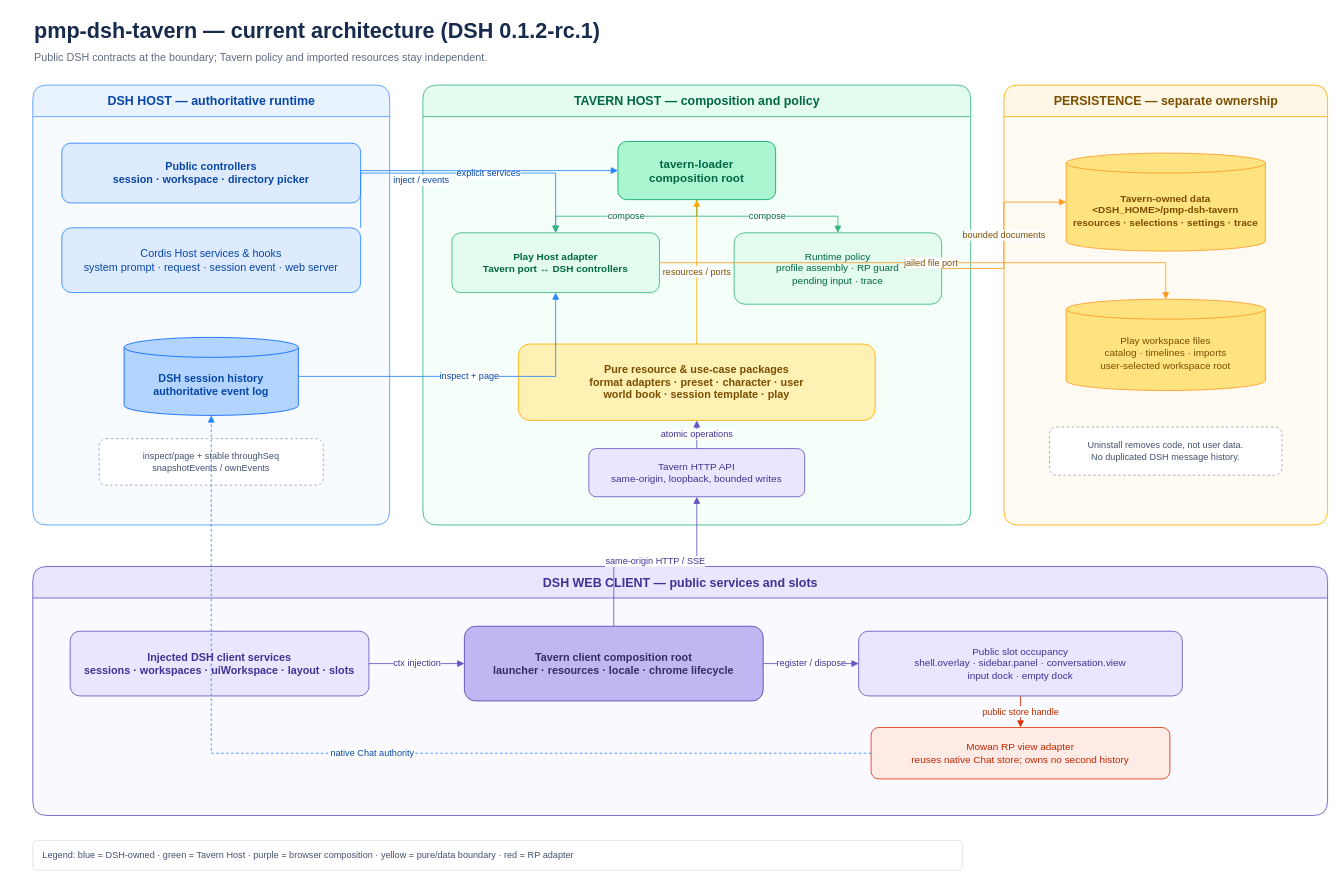
Above: docs/assets/dsh-tavern-architecture.drawio in Player-MINEPIG/dsh-tavern (draw.io), before the change. Source tidied: cells renumbered, new cells numbered last; positions are measured from the earlier drawing's top-left corner, leaving out a move shared by most shapes. Both pictures are drawn from the tidied source at 83%, with x=0, y=0 at pixel (32, 14).
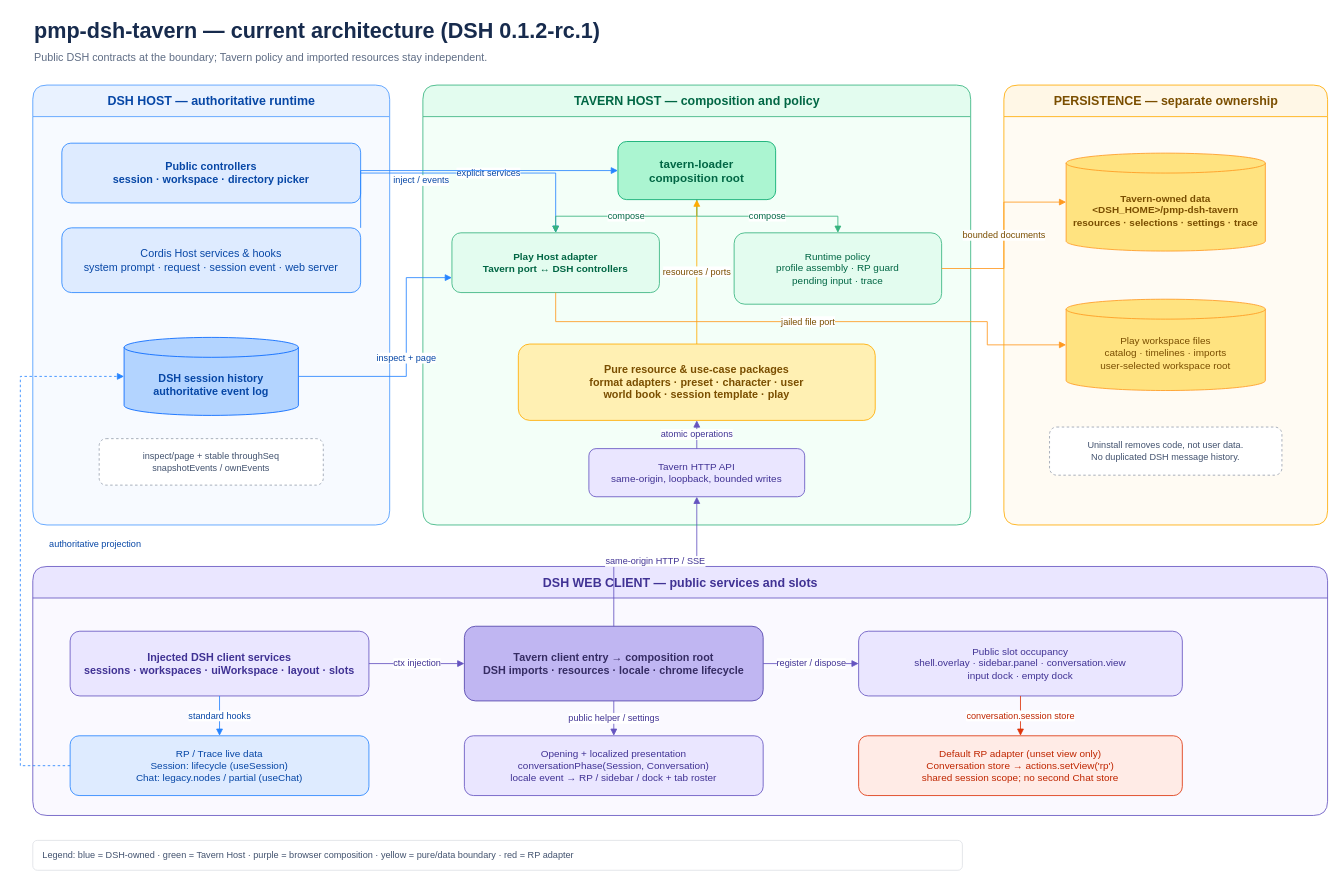
The same diagram, later.

Commit message (it also covers changes not shown here):
docs: synchronize split client ownership and architecture diagram

Unchanged cells that the change refers to:
```xml
<mxCell id="7" value="DSH session history&#10;authoritative event log" style="shape=cylinder3;whiteSpace=wrap;html=1;boundedLbl=1;backgroundOutline=1;size=12;fillColor=#B3D4FF;strokeColor=#0065FF;fontColor=#0747A6;fontStyle=1;fontSize=13;" parent="4" vertex="1">
  <mxGeometry x="110" y="304" width="210" height="94" as="geometry" />
</mxCell>
<mxCell id="11" value="Play Host adapter&#10;Tavern port ↔ DSH controllers" style="rounded=1;whiteSpace=wrap;html=1;fillColor=#E3FCEF;strokeColor=#36B37E;fontColor=#006644;fontStyle=1;fontSize=12;spacing=8;" parent="9" vertex="1">
  <mxGeometry x="35" y="178" width="250" height="72" as="geometry" />
</mxCell>
<mxCell id="17" value="Play workspace files&#10;catalog · timelines · imports&#10;user-selected workspace root" style="shape=cylinder3;whiteSpace=wrap;html=1;boundedLbl=1;backgroundOutline=1;size=12;fillColor=#FFE380;strokeColor=#FF991F;fontColor=#7A4E00;fontSize=12;" parent="15" vertex="1">
  <mxGeometry x="75" y="258" width="240" height="110" as="geometry" />
</mxCell>
<mxCell id="19" value="DSH WEB CLIENT — public services and slots" style="swimlane;html=1;rounded=1;horizontal=1;startSize=38;fillColor=#EAE6FF;swimlaneFillColor=#FAF9FF;strokeColor=#6554C0;fontColor=#403294;fontStyle=1;fontSize=15;" parent="1" vertex="1">
  <mxGeometry y="665" width="1560" height="300" as="geometry" />
</mxCell>
<mxCell id="20" value="Injected DSH client services&#10;sessions · workspaces · uiWorkspace · layout · slots" style="rounded=1;whiteSpace=wrap;html=1;fillColor=#EAE6FF;strokeColor=#6554C0;fontColor=#403294;fontStyle=1;fontSize=13;spacing=8;" parent="19" vertex="1">
  <mxGeometry x="45" y="78" width="360" height="78" as="geometry" />
</mxCell>
<mxCell id="22" value="Public slot occupancy&#10;shell.overlay · sidebar.panel · conversation.view&#10;input dock · empty dock" style="rounded=1;whiteSpace=wrap;html=1;fillColor=#EAE6FF;strokeColor=#6554C0;fontColor=#403294;fontSize=12;spacing=8;" parent="19" vertex="1">
  <mxGeometry x="995" y="78" width="390" height="78" as="geometry" />
</mxCell>
```

Diff of the diagram source:
```diff
@@
-    <mxCell id="21" value="Tavern client composition root&#10;launcher · resources · locale · chrome lifecycle" style="rounded=1;whiteSpace=wrap;html=1;fillColor=#C0B6F2;strokeColor=#5243AA;fontColor=#352C63;fontStyle=1;fontSize=13;spacing=8;" parent="19" vertex="1">
+    <mxCell id="21" value="Tavern client entry → composition root&#10;DSH imports · resources · locale · chrome lifecycle" style="rounded=1;whiteSpace=wrap;html=1;fillColor=#C0B6F2;strokeColor=#5243AA;fontColor=#352C63;fontStyle=1;fontSize=13;spacing=8;" parent="19" vertex="1">
       <mxGeometry x="520" y="72" width="360" height="90" as="geometry" />
     </mxCell>
@@
-    <mxCell id="23" value="Mowan RP view adapter&#10;reuses native Chat store; owns no second history" style="rounded=1;whiteSpace=wrap;html=1;fillColor=#FFEBE6;strokeColor=#DE350B;fontColor=#BF2600;fontSize=12;spacing=8;" parent="19" vertex="1">
-      <mxGeometry x="1010" y="194" width="360" height="62" as="geometry" />
+    <mxCell id="23" value="Default RP adapter (unset view only)&#10;Conversation store → actions.setView('rp')&#10;shared session scope; no second Chat store" style="rounded=1;whiteSpace=wrap;html=1;fillColor=#FFEBE6;strokeColor=#DE350B;fontColor=#BF2600;fontSize=12;spacing=8;" parent="19" vertex="1">
+      <mxGeometry x="995" y="204" width="390" height="72" as="geometry" />
     </mxCell>
+    <mxCell id="39" value="RP / Trace live data&#10;Session: lifecycle (useSession)&#10;Chat: legacy.nodes / partial (useChat)" style="rounded=1;whiteSpace=wrap;html=1;fillColor=#DEEBFF;strokeColor=#2684FF;fontColor=#0747A6;fontSize=12;spacing=8;" parent="19" vertex="1">
+      <mxGeometry x="45" y="204" width="360" height="72" as="geometry" />
+    </mxCell>
+    <mxCell id="40" value="Opening + localized presentation&#10;conversationPhase(Session, Conversation)&#10;locale event → RP / sidebar / dock + tab roster" style="rounded=1;whiteSpace=wrap;html=1;fillColor=#EAE6FF;strokeColor=#6554C0;fontColor=#403294;fontSize=12;spacing=8;" parent="19" vertex="1">
+      <mxGeometry x="520" y="204" width="360" height="72" as="geometry" />
+    </mxCell>
@@
-    <mxCell id="26" value="inspect + page" style="edgeStyle=orthogonalEdgeStyle;rounded=0;jettySize=auto;html=1;endArrow=block;endFill=1;strokeColor=#2684FF;fontColor=#0747A6;fontSize=11;" parent="1" edge="1" source="7" target="11">
-      <mxGeometry relative="1" as="geometry" />
+    <mxCell id="26" value="inspect + page" style="edgeStyle=orthogonalEdgeStyle;rounded=0;jettySize=auto;html=1;exitX=1;exitY=0.5;exitDx=0;exitDy=0;entryX=0;entryY=0.75;entryDx=0;entryDy=0;endArrow=block;endFill=1;strokeColor=#2684FF;fontColor=#0747A6;fontSize=11;" parent="1" edge="1" source="7" target="11">
+      <mxGeometry relative="1" as="geometry">
+        <Array as="points">
+          <mxPoint x="450" y="436" />
+          <mxPoint x="450" y="317" />
+        </Array>
+      </mxGeometry>
     </mxCell>
@@
-    <mxCell id="32" value="jailed file port" style="edgeStyle=orthogonalEdgeStyle;rounded=0;jettySize=auto;html=1;endArrow=block;endFill=1;strokeColor=#FF991F;fontColor=#7A4E00;fontSize=11;" parent="1" edge="1" source="11" target="17">
-      <mxGeometry relative="1" as="geometry" />
+    <mxCell id="32" value="jailed file port" style="edgeStyle=orthogonalEdgeStyle;rounded=0;jettySize=auto;html=1;exitX=0.5;exitY=1;exitDx=0;exitDy=0;entryX=0;entryY=0.5;entryDx=0;entryDy=0;endArrow=block;endFill=1;strokeColor=#FF991F;fontColor=#7A4E00;fontSize=11;" parent="1" edge="1" source="11" target="17">
+      <mxGeometry relative="1" as="geometry">
+        <Array as="points">
+          <mxPoint x="630" y="370" />
+          <mxPoint x="1150" y="370" />
+          <mxPoint x="1150" y="398" />
+        </Array>
+      </mxGeometry>
     </mxCell>
@@
-    <mxCell id="35" value="public store handle" style="edgeStyle=orthogonalEdgeStyle;rounded=0;jettySize=auto;html=1;endArrow=block;endFill=1;strokeColor=#DE350B;fontColor=#BF2600;fontSize=11;" parent="1" edge="1" source="22" target="23">
+    <mxCell id="35" value="conversation.session store" style="edgeStyle=orthogonalEdgeStyle;rounded=0;jettySize=auto;html=1;endArrow=block;endFill=1;strokeColor=#DE350B;fontColor=#BF2600;fontSize=11;" parent="1" edge="1" source="22" target="23">
       <mxGeometry relative="1" as="geometry" />
     </mxCell>
@@
-    <mxCell id="37" value="native Chat authority" style="edgeStyle=orthogonalEdgeStyle;rounded=0;jettySize=auto;html=1;endArrow=block;endFill=1;dashed=1;strokeColor=#2684FF;fontColor=#0747A6;fontSize=11;" parent="1" edge="1" source="23" target="7">
-      <mxGeometry relative="1" as="geometry" />
+    <mxCell id="37" value="authoritative projection" style="edgeStyle=orthogonalEdgeStyle;rounded=0;jettySize=auto;html=1;exitX=0;exitY=0.5;exitDx=0;exitDy=0;entryX=0;entryY=0.5;entryDx=0;entryDy=0;endArrow=block;endFill=1;dashed=1;strokeColor=#2684FF;fontColor=#0747A6;fontSize=11;" parent="1" edge="1" source="39" target="7">
+      <mxGeometry relative="1" as="geometry">
+        <Array as="points">
+          <mxPoint x="-15" y="905" />
+          <mxPoint x="-15" y="436" />
+        </Array>
+        <mxPoint x="90" as="offset" />
+      </mxGeometry>
     </mxCell>
+    <mxCell id="41" value="standard hooks" style="edgeStyle=orthogonalEdgeStyle;rounded=0;html=1;endArrow=block;endFill=1;strokeColor=#2684FF;fontColor=#0747A6;fontSize=11;" parent="1" edge="1" source="20" target="39">
+      <mxGeometry relative="1" as="geometry" />
+    </mxCell>
+    <mxCell id="42" value="public helper / settings" style="edgeStyle=orthogonalEdgeStyle;rounded=0;html=1;endArrow=block;endFill=1;strokeColor=#6554C0;fontColor=#403294;fontSize=11;" parent="1" edge="1" source="21" target="40">
+      <mxGeometry relative="1" as="geometry" />
+    </mxCell>
```
